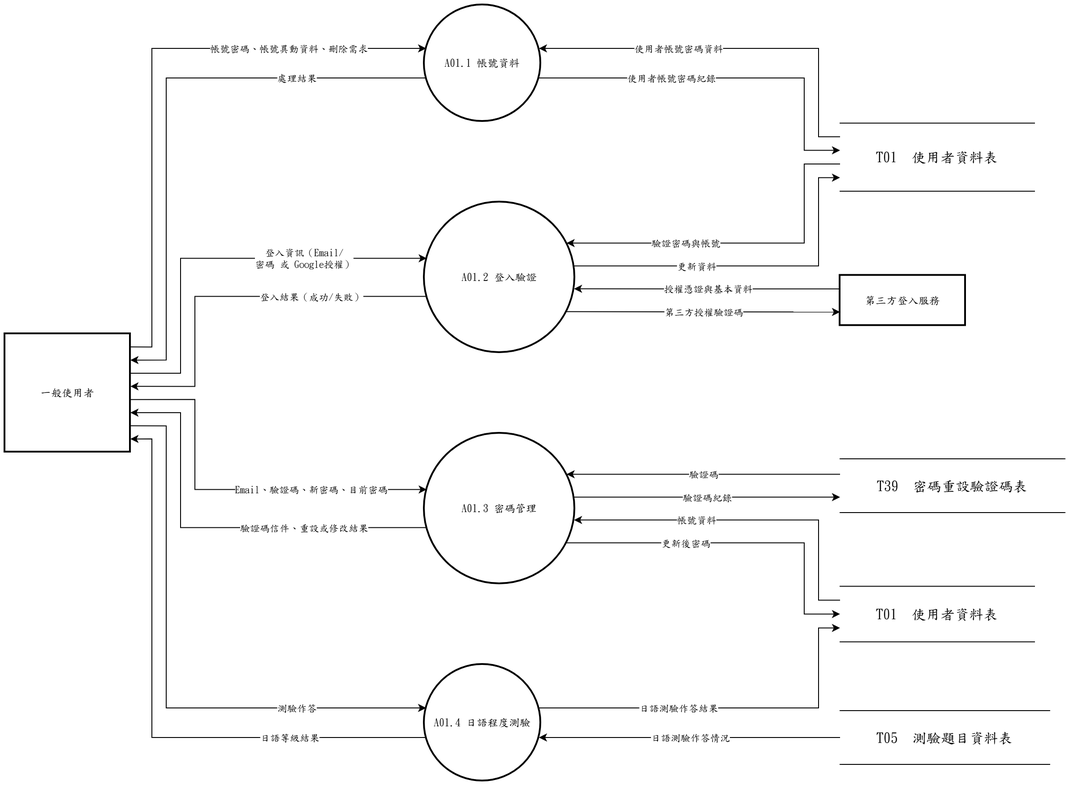
Earlier version of the draw.io export 系統文件/第6章/DFD圖/圖1/新/圖1.drawio.png (s22452007/115502). Source tidied: cells renumbered, new cells last; positions are measured from the earlier drawing's top-left corner, leaving out a move shared by most shapes.
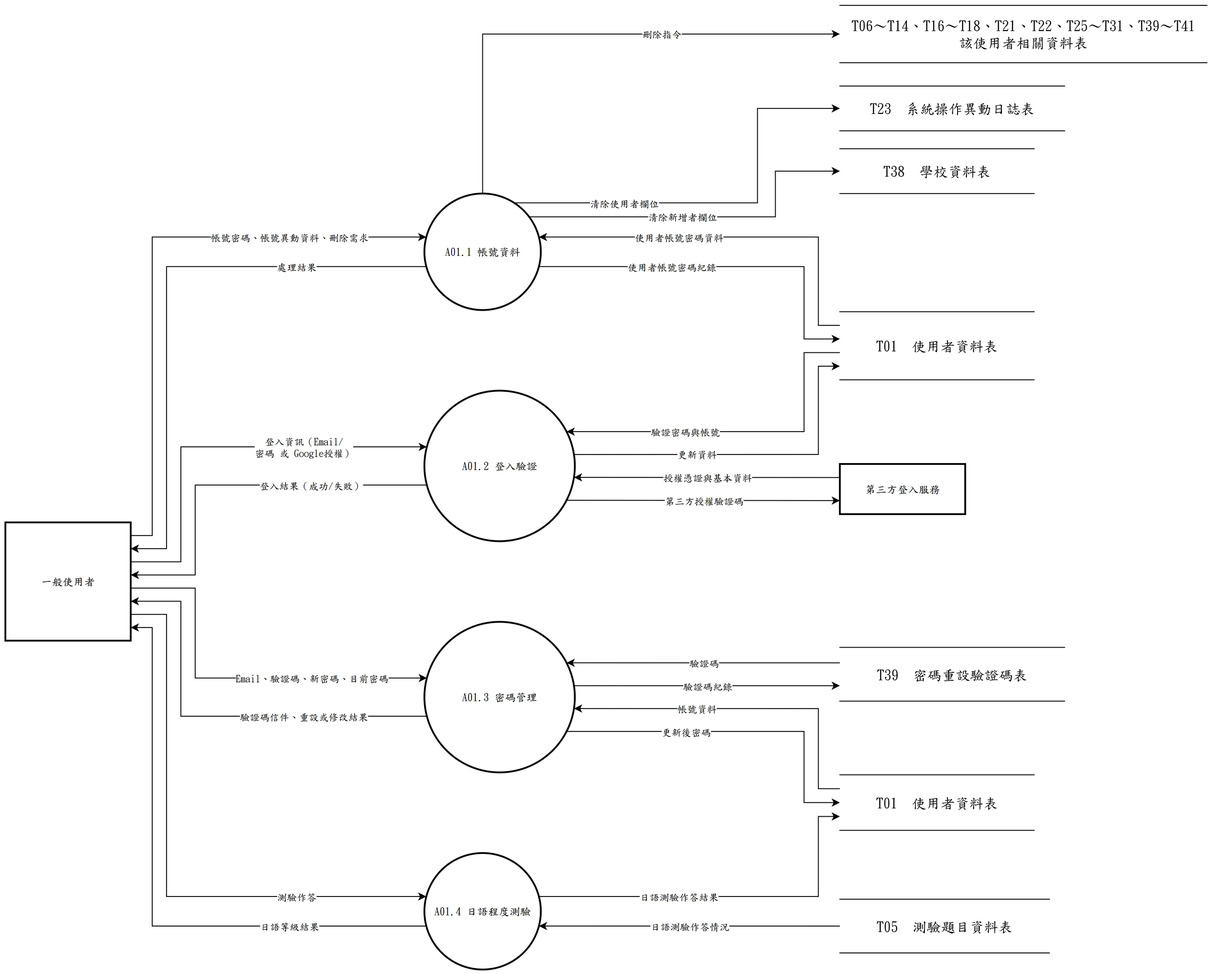
After the commit.

The edit, as a diff of the source:
```diff
@@ -227,5 +227,46 @@
     <mxCell id="51" value="日語測驗作答結果" style="edgeLabel;html=1;align=center;verticalAlign=middle;fontFamily=標楷體;" parent="50" vertex="1">
       <mxGeometry x="-0.27" relative="1" as="geometry" />
     </mxCell>
+    <mxCell id="52" value="T06～T14、T16～T18、T21、T22、T25～T31、T39～T41&lt;br&gt;該使用者相關資料表" style="shape=partialRectangle;whiteSpace=wrap;html=1;left=0;right=0;fontFamily=標楷體;fontSize=16;" parent="1" vertex="1">
+      <mxGeometry x="932" y="-210" width="410" height="64" as="geometry" />
+    </mxCell>
+    <mxCell id="53" value="T23  系統操作異動日誌表" style="shape=partialRectangle;whiteSpace=wrap;html=1;left=0;right=0;fontFamily=標楷體;fontSize=16;" parent="1" vertex="1">
+      <mxGeometry x="932" y="-120" width="251" height="50" as="geometry" />
+    </mxCell>
+    <mxCell id="54" value="T38  學校資料表" style="shape=partialRectangle;whiteSpace=wrap;html=1;left=0;right=0;fontFamily=標楷體;fontSize=16;" parent="1" vertex="1">
+      <mxGeometry x="932" y="-50" width="217" height="50" as="geometry" />
+    </mxCell>
+    <mxCell id="55" style="edgeStyle=none;rounded=0;html=1;fontFamily=標楷體;endArrow=classic;exitX=0.5000;exitY=0.0000;exitDx=0;exitDy=0;exitPerimeter=0;entryX=0.0000;entryY=0.5000;entryDx=0;entryDy=0;entryPerimeter=0;" parent="1" edge="1" source="2" target="52">
+      <mxGeometry relative="1" as="geometry">
+        <Array as="points">
+          <mxPoint x="533" y="-178" />
+        </Array>
+      </mxGeometry>
+    </mxCell>
+    <mxCell id="56" value="刪除指令" style="edgeLabel;html=1;align=center;verticalAlign=middle;fontFamily=標楷體;" parent="55" vertex="1">
+      <mxGeometry x="0.31" relative="1" as="geometry" />
+    </mxCell>
+    <mxCell id="57" style="edgeStyle=none;rounded=0;html=1;fontFamily=標楷體;endArrow=classic;exitX=0.7713;exitY=0.0800;exitDx=0;exitDy=0;exitPerimeter=0;entryX=0.0000;entryY=0.5000;entryDx=0;entryDy=0;entryPerimeter=0;" parent="1" edge="1" source="2" target="53">
+      <mxGeometry relative="1" as="geometry">
+        <Array as="points">
+          <mxPoint x="840" y="10.4" />
+          <mxPoint x="840" y="-95" />
+        </Array>
+      </mxGeometry>
+    </mxCell>
+    <mxCell id="58" value="清除使用者欄位" style="edgeLabel;html=1;align=center;verticalAlign=middle;fontFamily=標楷體;" parent="57" vertex="1">
+      <mxGeometry x="-0.48" relative="1" as="geometry" />
+    </mxCell>
+    <mxCell id="59" style="edgeStyle=none;rounded=0;html=1;fontFamily=標楷體;endArrow=classic;exitX=0.9000;exitY=0.2000;exitDx=0;exitDy=0;exitPerimeter=0;entryX=0.0000;entryY=0.5000;entryDx=0;entryDy=0;entryPerimeter=0;" parent="1" edge="1" source="2" target="54">
+      <mxGeometry relative="1" as="geometry">
+        <Array as="points">
+          <mxPoint x="860" y="26" />
+          <mxPoint x="860" y="-25" />
+        </Array>
+      </mxGeometry>
+    </mxCell>
+    <mxCell id="60" value="清除新增者欄位" style="edgeLabel;html=1;align=center;verticalAlign=middle;fontFamily=標楷體;" parent="59" vertex="1">
+      <mxGeometry x="-0.14" relative="1" as="geometry" />
+    </mxCell>
   </root>
 </mxGraphModel>
```
